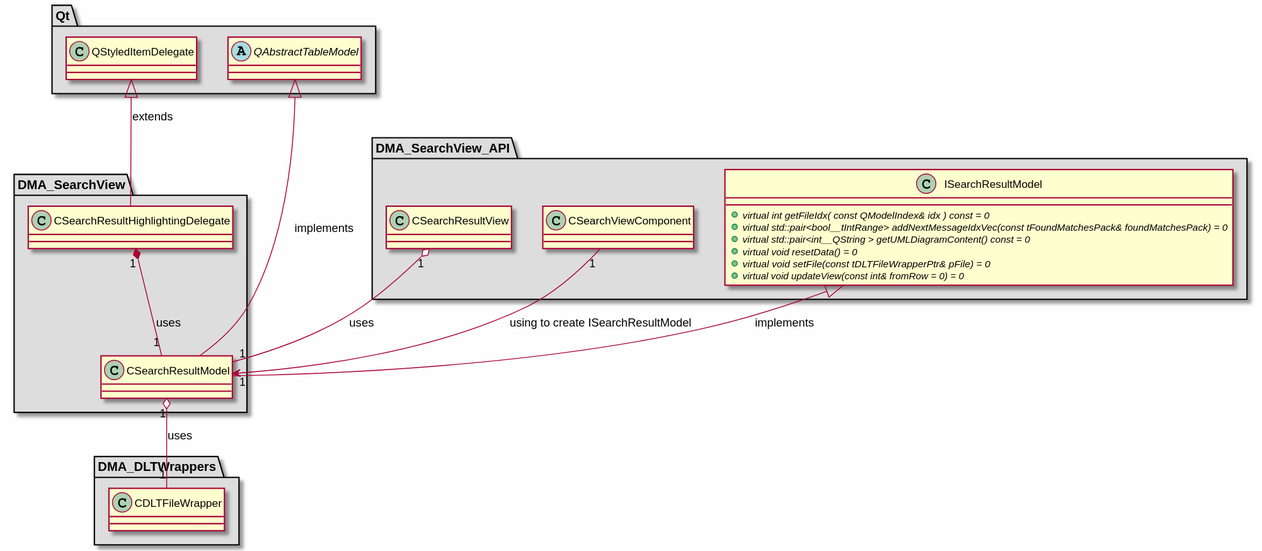
The PlantUML diagram md/dev_docs/puml/DMA_SearchView.svg in svlad-90/DLT-Message-Analyzer, before a commit.
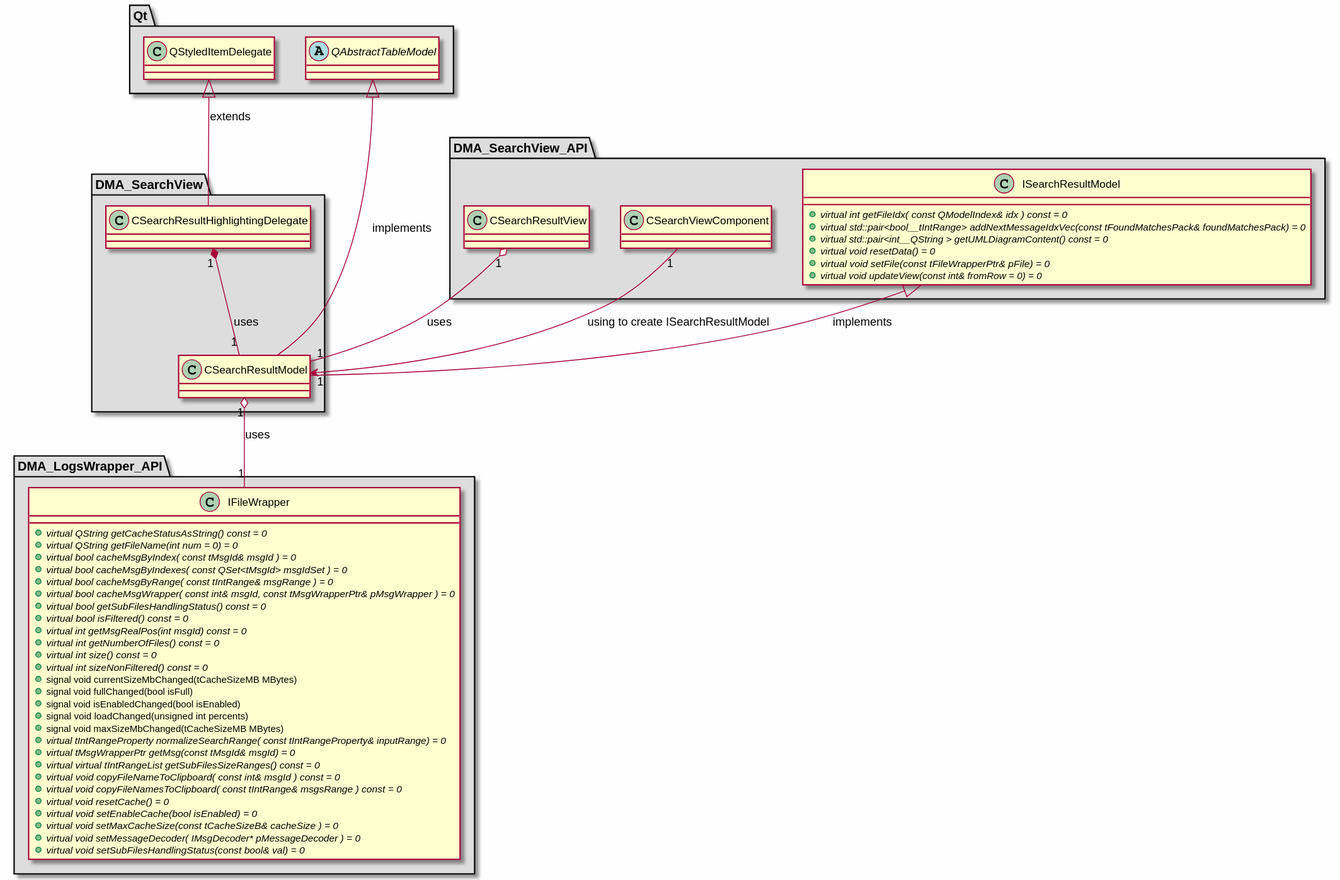
The same diagram one commit later.

Diff of the diagram source:
```diff
@@ -2,11 +2,38 @@
 
 skinparam backgroundColor #FEFEFE
 skinparam wrapWidth 600
-package "DMA_DLTWrappers" #DDDDDD
+package "DMA_LogsWrapper_API" #DDDDDD
 {
 
-class "CDLTFileWrapper"
+class "IFileWrapper"
 {
+    + {abstract} virtual QString getCacheStatusAsString() const = 0
+    + {abstract} virtual QString getFileName(int num = 0) = 0
+    + {abstract} virtual bool cacheMsgByIndex( const tMsgId& msgId ) = 0
+    + {abstract} virtual bool cacheMsgByIndexes( const QSet<tMsgId> msgIdSet ) = 0
+    + {abstract} virtual bool cacheMsgByRange( const tIntRange& msgRange ) = 0
+    + {abstract} virtual bool cacheMsgWrapper( const int& msgId, const tMsgWrapperPtr& pMsgWrapper ) = 0
+    + {abstract} virtual bool getSubFilesHandlingStatus() const = 0
+    + {abstract} virtual bool isFiltered() const = 0
+    + {abstract} virtual int getMsgRealPos(int msgId) const = 0
+    + {abstract} virtual int getNumberOfFiles() const = 0
+    + {abstract} virtual int size() const = 0
+    + {abstract} virtual int sizeNonFiltered() const = 0
+    + signal void currentSizeMbChanged(tCacheSizeMB MBytes)
+    + signal void fullChanged(bool isFull)
+    + signal void isEnabledChanged(bool isEnabled)
+    + signal void loadChanged(unsigned int percents)
+    + signal void maxSizeMbChanged(tCacheSizeMB MBytes)
+    + {abstract} virtual tIntRangeProperty normalizeSearchRange( const tIntRangeProperty& inputRange) = 0
+    + {abstract} virtual tMsgWrapperPtr getMsg(const tMsgId& msgId) = 0
+    + {abstract} virtual virtual tIntRangeList getSubFilesSizeRanges() const = 0
+    + {abstract} virtual void copyFileNameToClipboard( const int& msgId ) const = 0
+    + {abstract} virtual void copyFileNamesToClipboard( const tIntRange& msgsRange ) const = 0
+    + {abstract} virtual void resetCache() = 0
+    + {abstract} virtual void setEnableCache(bool isEnabled) = 0
+    + {abstract} virtual void setMaxCacheSize(const tCacheSizeB& cacheSize ) = 0
+    + {abstract} virtual void setMessageDecoder( IMsgDecoder* pMessageDecoder ) = 0
+    + {abstract} virtual void setSubFilesHandlingStatus(const bool& val) = 0
 }
 
 }
@@ -41,7 +68,7 @@
     + {abstract} virtual std::pair<bool__tIntRange> addNextMessageIdxVec(const tFoundMatchesPack& foundMatchesPack) = 0
     + {abstract} virtual std::pair<int__QString > getUMLDiagramContent() const = 0
     + {abstract} virtual void resetData() = 0
-    + {abstract} virtual void setFile(const tDLTFileWrapperPtr& pFile) = 0
+    + {abstract} virtual void setFile(const tFileWrapperPtr& pFile) = 0
     + {abstract} virtual void updateView(const int& fromRow = 0) = 0
 }
 
@@ -65,7 +92,7 @@
 QAbstractTableModel <|-- CSearchResultModel : implements
 
 CSearchResultHighlightingDelegate "1" *-- "1" CSearchResultModel : uses
-CSearchResultModel "1" o-- "1" CDLTFileWrapper : uses
+CSearchResultModel "1" o-- "1" IFileWrapper : uses
 CSearchResultView "1" o-- "1" CSearchResultModel : uses
 CSearchViewComponent "1" --> "1" CSearchResultModel : using to create ISearchResultModel
 
```
